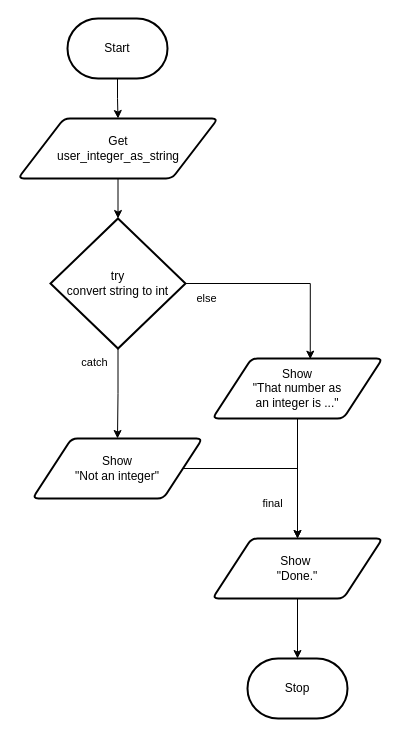
The draw.io diagram docs/structured-problem-solving/images/flowchart-try-catch.drawio in Mr-Coxall/Computer-Based-Problem-Solving, before the edit. Source tidied: cells renumbered, new cells numbered last; positions are measured from the earlier drawing's top-left corner, leaving out a move shared by most shapes. Both pictures are drawn from the tidied source at 100%, with x=0, y=0 at pixel (18, 18).
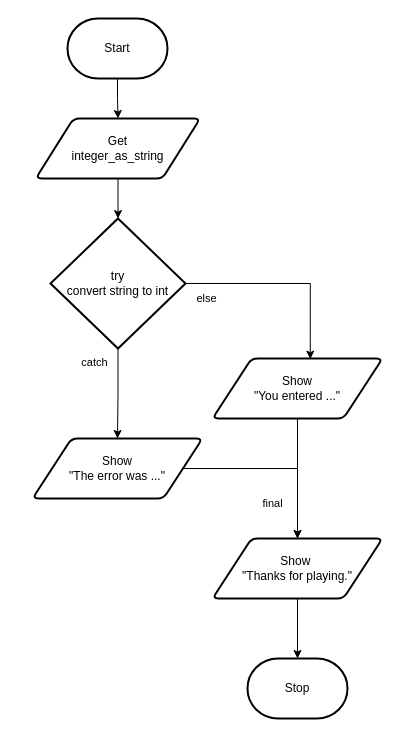
The same diagram, later.

The edit, as a diff of the source:
```diff
@@
-    <mxCell id="5" value="Get&lt;br&gt;user_integer_as_string" style="shape=parallelogram;html=1;strokeWidth=2;perimeter=parallelogramPerimeter;whiteSpace=wrap;rounded=1;arcSize=12;size=0.23;" parent="1" vertex="1">
-      <mxGeometry x="-0.5" y="100" width="200" height="60" as="geometry" />
+    <mxCell id="5" value="Get&lt;br&gt;integer_as_string" style="shape=parallelogram;html=1;strokeWidth=2;perimeter=parallelogramPerimeter;whiteSpace=wrap;rounded=1;arcSize=12;size=0.23;" parent="1" vertex="1">
+      <mxGeometry x="17.2" y="100" width="164.5" height="60" as="geometry" />
     </mxCell>
@@
-    <mxCell id="13" value="Show&lt;br&gt;&quot;That number as &lt;br&gt;an integer is ...&quot;" style="shape=parallelogram;html=1;strokeWidth=2;perimeter=parallelogramPerimeter;whiteSpace=wrap;rounded=1;arcSize=12;size=0.23;" parent="1" vertex="1">
+    <mxCell id="13" value="Show &lt;br&gt;&quot;You entered ...&quot;" style="shape=parallelogram;html=1;strokeWidth=2;perimeter=parallelogramPerimeter;whiteSpace=wrap;rounded=1;arcSize=12;size=0.23;" parent="1" vertex="1">
       <mxGeometry x="194" y="340" width="170" height="60" as="geometry" />
     </mxCell>
@@
-    <mxCell id="15" value="Show&lt;br&gt;&quot;Not an integer&quot;" style="shape=parallelogram;html=1;strokeWidth=2;perimeter=parallelogramPerimeter;whiteSpace=wrap;rounded=1;arcSize=12;size=0.23;" parent="1" vertex="1">
+    <mxCell id="15" value="Show &lt;br&gt;&quot;The error was ...&quot;" style="shape=parallelogram;html=1;strokeWidth=2;perimeter=parallelogramPerimeter;whiteSpace=wrap;rounded=1;arcSize=12;size=0.23;" parent="1" vertex="1">
       <mxGeometry x="14" y="420" width="170" height="60" as="geometry" />
     </mxCell>
@@
-    <mxCell id="18" value="Show&amp;nbsp;&lt;br&gt;&quot;Done.&quot;" style="shape=parallelogram;html=1;strokeWidth=2;perimeter=parallelogramPerimeter;whiteSpace=wrap;rounded=1;arcSize=12;size=0.23;" parent="1" vertex="1">
+    <mxCell id="18" value="Show&amp;nbsp;&lt;br&gt;&quot;Thanks for playing.&quot;" style="shape=parallelogram;html=1;strokeWidth=2;perimeter=parallelogramPerimeter;whiteSpace=wrap;rounded=1;arcSize=12;size=0.23;" parent="1" vertex="1">
       <mxGeometry x="194" y="520" width="170" height="60" as="geometry" />
     </mxCell>
```
